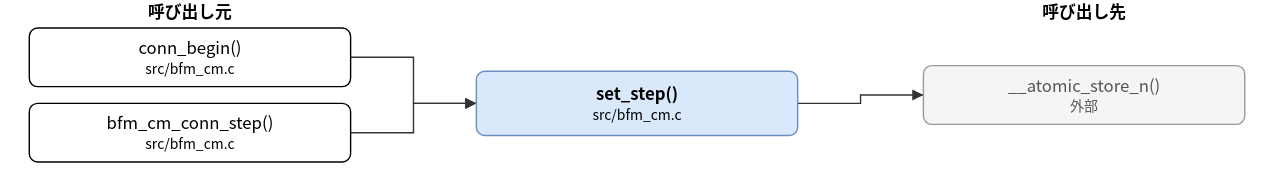
Above: doc/spec/images/call_src_bfm_cm-set_step.drawio.svg in hf355051012-ai/bfmem (draw.io), before the change. Source tidied: cells renumbered, new cells last; positions are measured from the earlier drawing's top-left corner, leaving out a move shared by most shapes. Source of this version:
```xml
<mxGraphModel>
  <root>
    <mxCell id="0" />
    <mxCell id="1" parent="0" />
    <mxCell id="2" value="set_step()&lt;br&gt;&lt;font style=&quot;font-size:10px&quot;&gt;src/bfm_cm.c&lt;/font&gt;" style="rounded=1;whiteSpace=wrap;html=1;fillColor=#dae8fc;strokeColor=#6c8ebf;fontStyle=1;" parent="1" vertex="1">
      <mxGeometry x="320" y="51" width="230" height="46" as="geometry" />
    </mxCell>
    <mxCell id="3" value="conn_begin()&lt;br&gt;&lt;font style=&quot;font-size:10px&quot;&gt;src/bfm_cm.c&lt;/font&gt;" style="rounded=1;whiteSpace=wrap;html=1;" parent="1" vertex="1">
      <mxGeometry y="20" width="230" height="42" as="geometry" />
    </mxCell>
    <mxCell id="4" value="bfm_cm_conn_step()&lt;br&gt;&lt;font style=&quot;font-size:10px&quot;&gt;src/bfm_cm.c&lt;/font&gt;" style="rounded=1;whiteSpace=wrap;html=1;" parent="1" vertex="1">
      <mxGeometry y="74" width="230" height="42" as="geometry" />
    </mxCell>
    <mxCell id="5" value="__atomic_store_n()&lt;br&gt;&lt;font style=&quot;font-size:10px&quot;&gt;外部&lt;/font&gt;" style="rounded=1;whiteSpace=wrap;html=1;fillColor=#f5f5f5;strokeColor=#999999;fontColor=#555555;" parent="1" vertex="1">
      <mxGeometry x="640" y="47" width="230" height="42" as="geometry" />
    </mxCell>
    <mxCell id="6" style="edgeStyle=none;html=1;rounded=0;endArrow=block;endFill=1;exitX=1.0000;exitY=0.5000;exitDx=0;exitDy=0;exitPerimeter=0;entryX=0.0000;entryY=0.5000;entryDx=0;entryDy=0;entryPerimeter=0;" parent="1" edge="1" source="3" target="2">
      <mxGeometry relative="1" as="geometry">
        <Array as="points">
          <mxPoint x="275" y="41" />
          <mxPoint x="275" y="74" />
        </Array>
      </mxGeometry>
    </mxCell>
    <mxCell id="7" style="edgeStyle=none;html=1;rounded=0;endArrow=block;endFill=1;exitX=1.0000;exitY=0.5000;exitDx=0;exitDy=0;exitPerimeter=0;entryX=0.0000;entryY=0.5000;entryDx=0;entryDy=0;entryPerimeter=0;" parent="1" edge="1" source="4" target="2">
      <mxGeometry relative="1" as="geometry">
        <Array as="points">
          <mxPoint x="275" y="95" />
          <mxPoint x="275" y="74" />
        </Array>
      </mxGeometry>
    </mxCell>
    <mxCell id="8" style="edgeStyle=none;html=1;rounded=0;endArrow=block;endFill=1;exitX=1.0000;exitY=0.5000;exitDx=0;exitDy=0;exitPerimeter=0;entryX=0.0000;entryY=0.5000;entryDx=0;entryDy=0;entryPerimeter=0;" parent="1" edge="1" source="2" target="5">
      <mxGeometry relative="1" as="geometry">
        <Array as="points">
          <mxPoint x="595" y="74" />
          <mxPoint x="595" y="68" />
        </Array>
      </mxGeometry>
    </mxCell>
    <mxCell id="9" value="呼び出し元" style="text;html=1;align=center;fontStyle=1;" parent="1" vertex="1">
      <mxGeometry x="35" width="160" height="18" as="geometry" />
    </mxCell>
    <mxCell id="10" value="呼び出し先" style="text;html=1;align=center;fontStyle=1;" parent="1" vertex="1">
      <mxGeometry x="675" width="160" height="18" as="geometry" />
    </mxCell>
  </root>
</mxGraphModel>
```
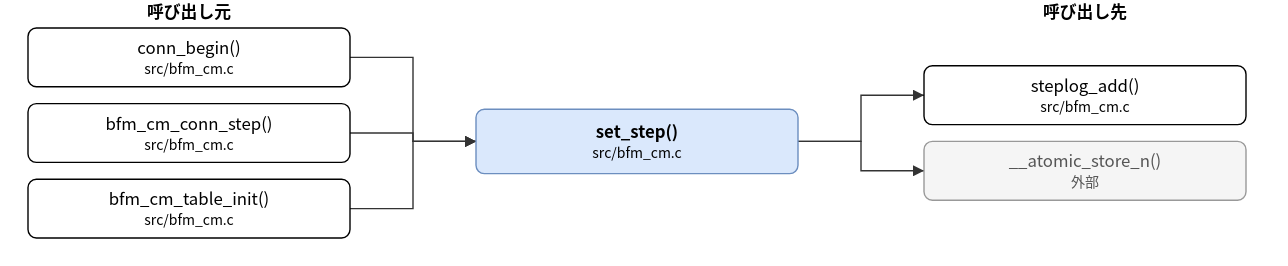
The same file after the commit.

The edit, as a diff of the source:
```diff
@@ -3,7 +3,7 @@
     <mxCell id="0" />
     <mxCell id="1" parent="0" />
     <mxCell id="2" value="set_step()&lt;br&gt;&lt;font style=&quot;font-size:10px&quot;&gt;src/bfm_cm.c&lt;/font&gt;" style="rounded=1;whiteSpace=wrap;html=1;fillColor=#dae8fc;strokeColor=#6c8ebf;fontStyle=1;" parent="1" vertex="1">
-      <mxGeometry x="320" y="51" width="230" height="46" as="geometry" />
+      <mxGeometry x="320" y="78" width="230" height="46" as="geometry" />
     </mxCell>
     <mxCell id="3" value="conn_begin()&lt;br&gt;&lt;font style=&quot;font-size:10px&quot;&gt;src/bfm_cm.c&lt;/font&gt;" style="rounded=1;whiteSpace=wrap;html=1;" parent="1" vertex="1">
       <mxGeometry y="20" width="230" height="42" as="geometry" />
@@ -11,14 +11,20 @@
     <mxCell id="4" value="bfm_cm_conn_step()&lt;br&gt;&lt;font style=&quot;font-size:10px&quot;&gt;src/bfm_cm.c&lt;/font&gt;" style="rounded=1;whiteSpace=wrap;html=1;" parent="1" vertex="1">
       <mxGeometry y="74" width="230" height="42" as="geometry" />
     </mxCell>
+    <mxCell id="11" value="bfm_cm_table_init()&lt;br&gt;&lt;font style=&quot;font-size:10px&quot;&gt;src/bfm_cm.c&lt;/font&gt;" style="rounded=1;whiteSpace=wrap;html=1;" parent="1" vertex="1">
+      <mxGeometry y="128" width="230" height="42" as="geometry" />
+    </mxCell>
-    <mxCell id="5" value="__atomic_store_n()&lt;br&gt;&lt;font style=&quot;font-size:10px&quot;&gt;外部&lt;/font&gt;" style="rounded=1;whiteSpace=wrap;html=1;fillColor=#f5f5f5;strokeColor=#999999;fontColor=#555555;" parent="1" vertex="1">
+    <mxCell id="5" value="steplog_add()&lt;br&gt;&lt;font style=&quot;font-size:10px&quot;&gt;src/bfm_cm.c&lt;/font&gt;" style="rounded=1;whiteSpace=wrap;html=1;" parent="1" vertex="1">
       <mxGeometry x="640" y="47" width="230" height="42" as="geometry" />
     </mxCell>
+    <mxCell id="12" value="__atomic_store_n()&lt;br&gt;&lt;font style=&quot;font-size:10px&quot;&gt;外部&lt;/font&gt;" style="rounded=1;whiteSpace=wrap;html=1;fillColor=#f5f5f5;strokeColor=#999999;fontColor=#555555;" parent="1" vertex="1">
+      <mxGeometry x="640" y="101" width="230" height="42" as="geometry" />
+    </mxCell>
     <mxCell id="6" style="edgeStyle=none;html=1;rounded=0;endArrow=block;endFill=1;exitX=1.0000;exitY=0.5000;exitDx=0;exitDy=0;exitPerimeter=0;entryX=0.0000;entryY=0.5000;entryDx=0;entryDy=0;entryPerimeter=0;" parent="1" edge="1" source="3" target="2">
       <mxGeometry relative="1" as="geometry">
         <Array as="points">
           <mxPoint x="275" y="41" />
-          <mxPoint x="275" y="74" />
+          <mxPoint x="275" y="101" />
         </Array>
       </mxGeometry>
     </mxCell>
@@ -26,18 +32,34 @@
       <mxGeometry relative="1" as="geometry">
         <Array as="points">
           <mxPoint x="275" y="95" />
-          <mxPoint x="275" y="74" />
+          <mxPoint x="275" y="101" />
         </Array>
       </mxGeometry>
     </mxCell>
-    <mxCell id="8" style="edgeStyle=none;html=1;rounded=0;endArrow=block;endFill=1;exitX=1.0000;exitY=0.5000;exitDx=0;exitDy=0;exitPerimeter=0;entryX=0.0000;entryY=0.5000;entryDx=0;entryDy=0;entryPerimeter=0;" parent="1" edge="1" source="2" target="5">
+    <mxCell id="8" style="edgeStyle=none;html=1;rounded=0;endArrow=block;endFill=1;exitX=1.0000;exitY=0.5000;exitDx=0;exitDy=0;exitPerimeter=0;entryX=0.0000;entryY=0.5000;entryDx=0;entryDy=0;entryPerimeter=0;" parent="1" edge="1" source="11" target="2">
       <mxGeometry relative="1" as="geometry">
         <Array as="points">
-          <mxPoint x="595" y="74" />
-          <mxPoint x="595" y="68" />
+          <mxPoint x="275" y="149" />
+          <mxPoint x="275" y="101" />
         </Array>
       </mxGeometry>
     </mxCell>
+    <mxCell id="13" style="edgeStyle=none;html=1;rounded=0;endArrow=block;endFill=1;exitX=1.0000;exitY=0.5000;exitDx=0;exitDy=0;exitPerimeter=0;entryX=0.0000;entryY=0.5000;entryDx=0;entryDy=0;entryPerimeter=0;" parent="1" edge="1" source="2" target="5">
+      <mxGeometry relative="1" as="geometry">
+        <Array as="points">
+          <mxPoint x="595" y="101" />
+          <mxPoint x="595" y="68" />
+        </Array>
+      </mxGeometry>
+    </mxCell>
+    <mxCell id="14" style="edgeStyle=none;html=1;rounded=0;endArrow=block;endFill=1;exitX=1.0000;exitY=0.5000;exitDx=0;exitDy=0;exitPerimeter=0;entryX=0.0000;entryY=0.5000;entryDx=0;entryDy=0;entryPerimeter=0;" parent="1" edge="1" source="2" target="12">
+      <mxGeometry relative="1" as="geometry">
+        <Array as="points">
+          <mxPoint x="595" y="101" />
+          <mxPoint x="595" y="122" />
+        </Array>
+      </mxGeometry>
+    </mxCell>
     <mxCell id="9" value="呼び出し元" style="text;html=1;align=center;fontStyle=1;" parent="1" vertex="1">
       <mxGeometry x="35" width="160" height="18" as="geometry" />
     </mxCell>
```
